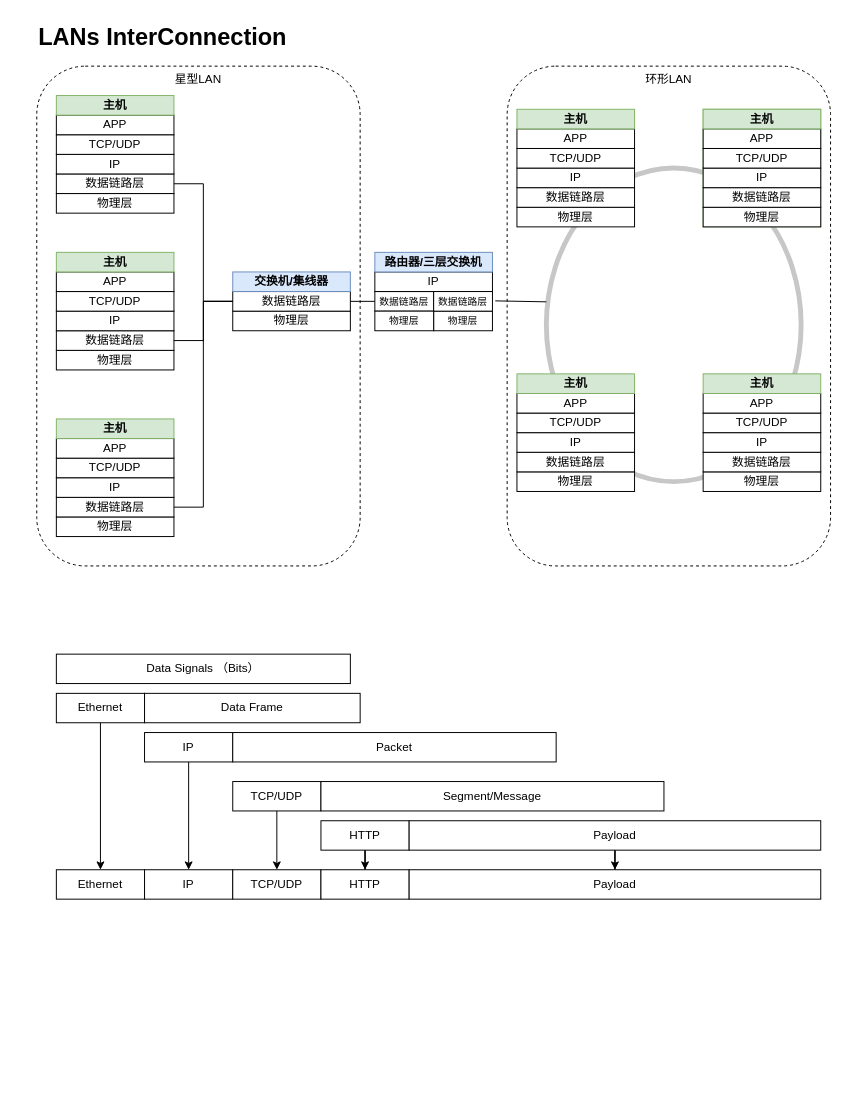
The draw.io diagram BankNetwork.drawio in anorqiu9/drawio, before the edit. Source tidied: cells renumbered, new cells numbered last; positions are measured from the earlier drawing's top-left corner, leaving out a move shared by most shapes. Both pictures are drawn from the tidied source at 98%, with x=0, y=0 at pixel (36, 17).
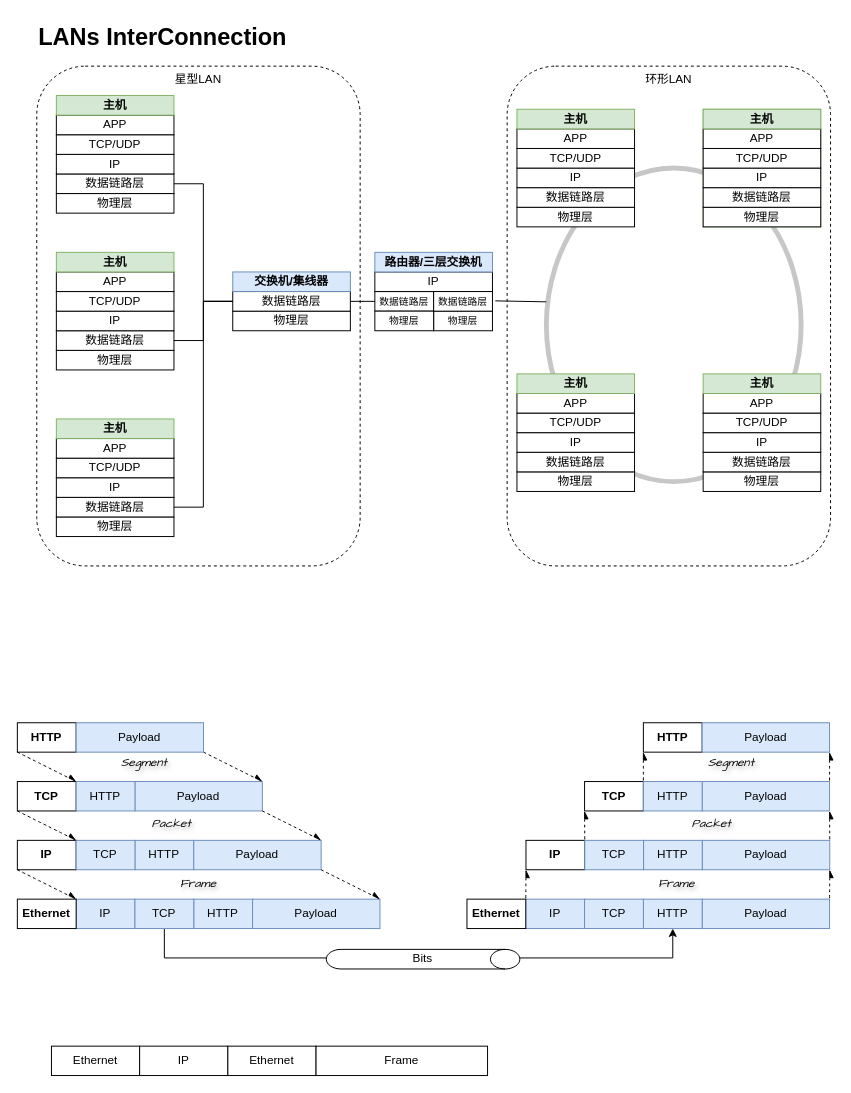
Above is the later version.

The edit, as a diff of the source:
```diff
@@
-    <mxCell id="68" style="edgeStyle=orthogonalEdgeStyle;rounded=0;jettySize=auto;html=1;" parent="1" edge="1" source="69" target="82">
-      <mxGeometry relative="1" as="geometry" />
-    </mxCell>
-    <mxCell id="69" value="Ethernet" style="rounded=0;whiteSpace=wrap;html=1;" parent="1" vertex="1">
-      <mxGeometry x="20" y="690" width="90" height="30" as="geometry" />
-    </mxCell>
-    <mxCell id="70" value="Data Frame" style="rounded=0;whiteSpace=wrap;html=1;" parent="1" vertex="1">
-      <mxGeometry x="110" y="690" width="220" height="30" as="geometry" />
-    </mxCell>
-    <mxCell id="71" style="edgeStyle=orthogonalEdgeStyle;rounded=0;jettySize=auto;html=1;entryX=0.5;entryY=0;entryDx=0;entryDy=0;" parent="1" edge="1" source="72" target="83">
-      <mxGeometry relative="1" as="geometry" />
-    </mxCell>
-    <mxCell id="72" value="IP" style="rounded=0;whiteSpace=wrap;html=1;" parent="1" vertex="1">
-      <mxGeometry x="110" y="730" width="90" height="30" as="geometry" />
-    </mxCell>
-    <mxCell id="73" value="Packet" style="rounded=0;whiteSpace=wrap;html=1;" parent="1" vertex="1">
-      <mxGeometry x="200" y="730" width="330" height="30" as="geometry" />
-    </mxCell>
-    <mxCell id="74" value="Data Signals （Bits）" style="rounded=0;whiteSpace=wrap;html=1;" parent="1" vertex="1">
-      <mxGeometry x="20" y="650" width="300" height="30" as="geometry" />
-    </mxCell>
-    <mxCell id="75" style="edgeStyle=orthogonalEdgeStyle;rounded=0;jettySize=auto;html=1;entryX=0.5;entryY=0;entryDx=0;entryDy=0;" parent="1" edge="1" source="76" target="84">
-      <mxGeometry relative="1" as="geometry" />
-    </mxCell>
-    <mxCell id="76" value="TCP/UDP" style="rounded=0;whiteSpace=wrap;html=1;" parent="1" vertex="1">
-      <mxGeometry x="200" y="780" width="90" height="30" as="geometry" />
-    </mxCell>
-    <mxCell id="77" value="Segment/Message" style="rounded=0;whiteSpace=wrap;html=1;" parent="1" vertex="1">
-      <mxGeometry x="290" y="780" width="350" height="30" as="geometry" />
-    </mxCell>
-    <mxCell id="78" style="edgeStyle=orthogonalEdgeStyle;rounded=0;jettySize=auto;html=1;" parent="1" edge="1" source="79" target="85">
-      <mxGeometry relative="1" as="geometry" />
-    </mxCell>
-    <mxCell id="79" value="HTTP" style="rounded=0;whiteSpace=wrap;html=1;" parent="1" vertex="1">
-      <mxGeometry x="290" y="820" width="90" height="30" as="geometry" />
+    <mxCell id="79" value="TCP" style="rounded=0;whiteSpace=wrap;html=1;fontStyle=1;" parent="1" vertex="1">
+      <mxGeometry x="-19.8" y="780" width="60" height="30" as="geometry" />
     </mxCell>
-    <mxCell id="80" style="edgeStyle=orthogonalEdgeStyle;rounded=0;jettySize=auto;html=1;" parent="1" edge="1" source="81" target="86">
-      <mxGeometry relative="1" as="geometry" />
-    </mxCell>
-    <mxCell id="81" value="Payload" style="rounded=0;whiteSpace=wrap;html=1;" parent="1" vertex="1">
-      <mxGeometry x="380" y="820" width="420" height="30" as="geometry" />
+    <mxCell id="81" value="Payload" style="rounded=0;whiteSpace=wrap;html=1;fillColor=#dae8fc;strokeColor=#6c8ebf;" parent="1" vertex="1">
+      <mxGeometry x="100.2" y="780" width="130" height="30" as="geometry" />
     </mxCell>
     <mxCell id="82" value="Ethernet" style="rounded=0;whiteSpace=wrap;html=1;" parent="1" vertex="1">
-      <mxGeometry x="20" y="870" width="90" height="30" as="geometry" />
+      <mxGeometry x="15" y="1050" width="90" height="30" as="geometry" />
     </mxCell>
     <mxCell id="83" value="IP" style="rounded=0;whiteSpace=wrap;html=1;" parent="1" vertex="1">
-      <mxGeometry x="110" y="870" width="90" height="30" as="geometry" />
+      <mxGeometry x="105" y="1050" width="90" height="30" as="geometry" />
     </mxCell>
-    <mxCell id="84" value="TCP/UDP" style="rounded=0;whiteSpace=wrap;html=1;" parent="1" vertex="1">
-      <mxGeometry x="200" y="870" width="90" height="30" as="geometry" />
+    <mxCell id="84" value="Ethernet" style="rounded=0;whiteSpace=wrap;html=1;" parent="1" vertex="1">
+      <mxGeometry x="195" y="1050" width="90" height="30" as="geometry" />
     </mxCell>
-    <mxCell id="85" value="HTTP" style="rounded=0;whiteSpace=wrap;html=1;" parent="1" vertex="1">
-      <mxGeometry x="290" y="870" width="90" height="30" as="geometry" />
-    </mxCell>
-    <mxCell id="86" value="Payload" style="rounded=0;whiteSpace=wrap;html=1;" parent="1" vertex="1">
-      <mxGeometry x="380" y="870" width="420" height="30" as="geometry" />
-    </mxCell>
+    <mxCell id="87" value="HTTP" style="rounded=0;whiteSpace=wrap;html=1;fillColor=#dae8fc;strokeColor=#6c8ebf;" parent="1" vertex="1">
+      <mxGeometry x="100.2" y="840" width="60" height="30" as="geometry" />
+    </mxCell>
+    <mxCell id="88" value="Payload" style="rounded=0;whiteSpace=wrap;html=1;fillColor=#dae8fc;strokeColor=#6c8ebf;" parent="1" vertex="1">
+      <mxGeometry x="160.2" y="840" width="130" height="30" as="geometry" />
+    </mxCell>
+    <mxCell id="89" value="IP" style="rounded=0;whiteSpace=wrap;html=1;fontStyle=1;" parent="1" vertex="1">
+      <mxGeometry x="-19.8" y="840" width="60" height="30" as="geometry" />
+    </mxCell>
+    <mxCell id="90" value="Payload" style="rounded=0;whiteSpace=wrap;html=1;fillColor=#dae8fc;strokeColor=#6c8ebf;" parent="1" vertex="1">
+      <mxGeometry x="220.2" y="900" width="130" height="30" as="geometry" />
+    </mxCell>
+    <mxCell id="91" value="IP" style="rounded=0;whiteSpace=wrap;html=1;fillColor=#dae8fc;strokeColor=#6c8ebf;" parent="1" vertex="1">
+      <mxGeometry x="40.2" y="900" width="60" height="30" as="geometry" />
+    </mxCell>
+    <mxCell id="92" value="Ethernet" style="rounded=0;whiteSpace=wrap;html=1;fontStyle=1;" parent="1" vertex="1">
+      <mxGeometry x="-19.8" y="900" width="60" height="30" as="geometry" />
+    </mxCell>
+    <mxCell id="93" style="endArrow=async;html=1;rounded=0;exitX=0;exitY=1;exitDx=0;exitDy=0;entryX=1;entryY=0;entryDx=0;entryDy=0;endFill=1;dashed=1;curved=1;" parent="1" edge="1" target="81">
+      <mxGeometry relative="1" as="geometry">
+        <mxPoint x="170.2" y="750" as="sourcePoint" />
+      </mxGeometry>
+    </mxCell>
+    <mxCell id="94" value="Frame" style="rounded=0;whiteSpace=wrap;html=1;" parent="1" vertex="1">
+      <mxGeometry x="285" y="1050" width="175" height="30" as="geometry" />
+    </mxCell>
+    <mxCell id="95" value="HTTP" style="rounded=0;whiteSpace=wrap;html=1;fontStyle=1;" parent="1" vertex="1">
+      <mxGeometry x="-19.8" y="720" width="60" height="30" as="geometry" />
+    </mxCell>
+    <mxCell id="96" value="Payload" style="rounded=0;whiteSpace=wrap;html=1;fillColor=#dae8fc;strokeColor=#6c8ebf;" parent="1" vertex="1">
+      <mxGeometry x="40.2" y="720" width="130" height="30" as="geometry" />
+    </mxCell>
+    <mxCell id="97" style="endArrow=async;html=1;rounded=0;exitX=0;exitY=1;exitDx=0;exitDy=0;entryX=0;entryY=0;entryDx=0;entryDy=0;endFill=1;dashed=1;curved=1;" parent="1" edge="1" target="99">
+      <mxGeometry relative="1" as="geometry">
+        <mxPoint x="-19.8" y="750" as="sourcePoint" />
+      </mxGeometry>
+    </mxCell>
+    <mxCell id="98" value="TCP" style="rounded=0;whiteSpace=wrap;html=1;fillColor=#dae8fc;strokeColor=#6c8ebf;" parent="1" vertex="1">
+      <mxGeometry x="40.2" y="840" width="60" height="30" as="geometry" />
+    </mxCell>
+    <mxCell id="99" value="HTTP" style="rounded=0;whiteSpace=wrap;html=1;fillColor=#dae8fc;strokeColor=#6c8ebf;" parent="1" vertex="1">
+      <mxGeometry x="40.2" y="780" width="60" height="30" as="geometry" />
+    </mxCell>
+    <mxCell id="100" value="HTTP" style="rounded=0;whiteSpace=wrap;html=1;fillColor=#dae8fc;strokeColor=#6c8ebf;" parent="1" vertex="1">
+      <mxGeometry x="160.2" y="900" width="60" height="30" as="geometry" />
+    </mxCell>
+    <mxCell id="101" style="edgeStyle=orthogonalEdgeStyle;rounded=0;jettySize=auto;html=1;entryX=0.5;entryY=1;entryDx=0;entryDy=0;exitX=0.5;exitY=1;exitDx=0;exitDy=0;" parent="1" edge="1" source="102" target="124">
+      <mxGeometry relative="1" as="geometry">
+        <Array as="points">
+          <mxPoint x="130.2" y="960" />
+          <mxPoint x="649.2" y="960" />
+        </Array>
+      </mxGeometry>
+    </mxCell>
+    <mxCell id="102" value="TCP" style="rounded=0;whiteSpace=wrap;html=1;fillColor=#dae8fc;strokeColor=#6c8ebf;" parent="1" vertex="1">
+      <mxGeometry x="100.2" y="900" width="60" height="30" as="geometry" />
+    </mxCell>
+    <mxCell id="103" style="endArrow=async;html=1;rounded=0;exitX=0;exitY=1;exitDx=0;exitDy=0;entryX=1;entryY=0;entryDx=0;entryDy=0;endFill=1;dashed=1;curved=1;" parent="1" edge="1">
+      <mxGeometry relative="1" as="geometry">
+        <mxPoint x="230.2" y="810" as="sourcePoint" />
+        <mxPoint x="290.2" y="840" as="targetPoint" />
+      </mxGeometry>
+    </mxCell>
+    <mxCell id="104" style="endArrow=async;html=1;rounded=0;exitX=0;exitY=1;exitDx=0;exitDy=0;entryX=0;entryY=0;entryDx=0;entryDy=0;endFill=1;dashed=1;curved=1;" parent="1" edge="1">
+      <mxGeometry relative="1" as="geometry">
+        <mxPoint x="-19.8" y="810" as="sourcePoint" />
+        <mxPoint x="40.2" y="840" as="targetPoint" />
+      </mxGeometry>
+    </mxCell>
+    <mxCell id="105" style="endArrow=async;html=1;rounded=0;exitX=0;exitY=1;exitDx=0;exitDy=0;entryX=1;entryY=0;entryDx=0;entryDy=0;endFill=1;dashed=1;curved=1;" parent="1" edge="1">
+      <mxGeometry relative="1" as="geometry">
+        <mxPoint x="290.2" y="870" as="sourcePoint" />
+        <mxPoint x="350.2" y="900" as="targetPoint" />
+      </mxGeometry>
+    </mxCell>
+    <mxCell id="106" style="endArrow=async;html=1;rounded=0;exitX=0;exitY=1;exitDx=0;exitDy=0;entryX=0;entryY=0;entryDx=0;entryDy=0;endFill=1;dashed=1;curved=1;" parent="1" edge="1">
+      <mxGeometry relative="1" as="geometry">
+        <mxPoint x="-19.8" y="870" as="sourcePoint" />
+        <mxPoint x="40.2" y="900" as="targetPoint" />
+      </mxGeometry>
+    </mxCell>
+    <mxCell id="107" value="Segment" style="text;html=1;align=center;verticalAlign=middle;whiteSpace=wrap;rounded=0;shadow=0;textShadow=1;horizontal=1;fontStyle=2;fontFamily=Comic Sans MS;" parent="1" vertex="1">
+      <mxGeometry x="80.2" y="752" width="60" height="20" as="geometry" />
+    </mxCell>
+    <mxCell id="108" value="Packet" style="text;html=1;align=center;verticalAlign=middle;whiteSpace=wrap;rounded=0;shadow=0;textShadow=1;horizontal=1;fontStyle=2;fontFamily=Comic Sans MS;" parent="1" vertex="1">
+      <mxGeometry x="108.2" y="814" width="60" height="20" as="geometry" />
+    </mxCell>
+    <mxCell id="109" value="Frame" style="text;html=1;align=center;verticalAlign=middle;whiteSpace=wrap;rounded=0;shadow=0;textShadow=1;horizontal=1;fontStyle=2;fontFamily=Comic Sans MS;" parent="1" vertex="1">
+      <mxGeometry x="135.2" y="875" width="60" height="20" as="geometry" />
+    </mxCell>
+    <mxCell id="110" value="TCP" style="rounded=0;whiteSpace=wrap;html=1;fontStyle=1;" parent="1" vertex="1">
+      <mxGeometry x="559" y="780" width="60" height="30" as="geometry" />
+    </mxCell>
+    <mxCell id="111" value="Payload" style="rounded=0;whiteSpace=wrap;html=1;fillColor=#dae8fc;strokeColor=#6c8ebf;" parent="1" vertex="1">
+      <mxGeometry x="679" y="780" width="130" height="30" as="geometry" />
+    </mxCell>
+    <mxCell id="112" value="HTTP" style="rounded=0;whiteSpace=wrap;html=1;fillColor=#dae8fc;strokeColor=#6c8ebf;" parent="1" vertex="1">
+      <mxGeometry x="619.2" y="840" width="60" height="30" as="geometry" />
+    </mxCell>
+    <mxCell id="113" value="Payload" style="rounded=0;whiteSpace=wrap;html=1;fillColor=#dae8fc;strokeColor=#6c8ebf;" parent="1" vertex="1">
+      <mxGeometry x="679.2" y="840" width="130" height="30" as="geometry" />
+    </mxCell>
+    <mxCell id="114" value="IP" style="rounded=0;whiteSpace=wrap;html=1;fontStyle=1;" parent="1" vertex="1">
+      <mxGeometry x="499.2" y="840" width="60" height="30" as="geometry" />
+    </mxCell>
+    <mxCell id="115" value="Payload" style="rounded=0;whiteSpace=wrap;html=1;fillColor=#dae8fc;strokeColor=#6c8ebf;" parent="1" vertex="1">
+      <mxGeometry x="679" y="900" width="130" height="30" as="geometry" />
+    </mxCell>
+    <mxCell id="116" value="IP" style="rounded=0;whiteSpace=wrap;html=1;fillColor=#dae8fc;strokeColor=#6c8ebf;" parent="1" vertex="1">
+      <mxGeometry x="499" y="900" width="60" height="30" as="geometry" />
+    </mxCell>
+    <mxCell id="117" value="Ethernet" style="rounded=0;whiteSpace=wrap;html=1;fontStyle=1;" parent="1" vertex="1">
+      <mxGeometry x="439" y="900" width="60" height="30" as="geometry" />
+    </mxCell>
+    <mxCell id="118" style="endArrow=none;html=1;rounded=0;exitX=1;exitY=1;exitDx=0;exitDy=0;entryX=1;entryY=0;entryDx=0;entryDy=0;endFill=0;dashed=1;curved=1;startArrow=async;startFill=1;" parent="1" edge="1" source="120" target="111">
+      <mxGeometry relative="1" as="geometry" />
+    </mxCell>
+    <mxCell id="119" value="HTTP" style="rounded=0;whiteSpace=wrap;html=1;fontStyle=1;" parent="1" vertex="1">
+      <mxGeometry x="619" y="720" width="60" height="30" as="geometry" />
+    </mxCell>
+    <mxCell id="120" value="Payload" style="rounded=0;whiteSpace=wrap;html=1;fillColor=#dae8fc;strokeColor=#6c8ebf;" parent="1" vertex="1">
+      <mxGeometry x="679" y="720" width="130" height="30" as="geometry" />
+    </mxCell>
+    <mxCell id="121" style="endArrow=none;html=1;rounded=0;entryX=0;entryY=0;entryDx=0;entryDy=0;endFill=0;dashed=1;curved=1;startArrow=async;startFill=1;exitX=0;exitY=1;exitDx=0;exitDy=0;" parent="1" edge="1" source="119" target="123">
+      <mxGeometry relative="1" as="geometry" />
+    </mxCell>
+    <mxCell id="122" value="TCP" style="rounded=0;whiteSpace=wrap;html=1;fillColor=#dae8fc;strokeColor=#6c8ebf;" parent="1" vertex="1">
+      <mxGeometry x="559.2" y="840" width="60" height="30" as="geometry" />
+    </mxCell>
+    <mxCell id="123" value="HTTP" style="rounded=0;whiteSpace=wrap;html=1;fillColor=#dae8fc;strokeColor=#6c8ebf;" parent="1" vertex="1">
+      <mxGeometry x="619" y="780" width="60" height="30" as="geometry" />
+    </mxCell>
+    <mxCell id="124" value="HTTP" style="rounded=0;whiteSpace=wrap;html=1;fillColor=#dae8fc;strokeColor=#6c8ebf;" parent="1" vertex="1">
+      <mxGeometry x="619" y="900" width="60" height="30" as="geometry" />
+    </mxCell>
+    <mxCell id="125" value="TCP" style="rounded=0;whiteSpace=wrap;html=1;fillColor=#dae8fc;strokeColor=#6c8ebf;" parent="1" vertex="1">
+      <mxGeometry x="559" y="900" width="60" height="30" as="geometry" />
+    </mxCell>
+    <mxCell id="126" style="endArrow=none;html=1;rounded=0;exitX=1;exitY=1;exitDx=0;exitDy=0;entryX=1;entryY=0;entryDx=0;entryDy=0;endFill=0;dashed=1;curved=1;startArrow=async;startFill=1;" parent="1" edge="1" source="111" target="113">
+      <mxGeometry relative="1" as="geometry" />
+    </mxCell>
+    <mxCell id="127" style="endArrow=none;html=1;rounded=0;exitX=0;exitY=1;exitDx=0;exitDy=0;entryX=0;entryY=0;entryDx=0;entryDy=0;endFill=0;dashed=1;curved=1;startArrow=async;startFill=1;" parent="1" edge="1" source="110" target="122">
+      <mxGeometry relative="1" as="geometry" />
+    </mxCell>
+    <mxCell id="128" style="endArrow=none;html=1;rounded=0;entryX=1;entryY=0;entryDx=0;entryDy=0;endFill=0;dashed=1;curved=1;startArrow=async;startFill=1;exitX=1;exitY=1;exitDx=0;exitDy=0;" parent="1" edge="1" source="113">
+      <mxGeometry relative="1" as="geometry">
+        <mxPoint x="809" y="900" as="targetPoint" />
+      </mxGeometry>
+    </mxCell>
+    <mxCell id="129" style="endArrow=none;html=1;rounded=0;entryX=0;entryY=0;entryDx=0;entryDy=0;endFill=0;dashed=1;curved=1;startArrow=async;startFill=1;" parent="1" edge="1">
+      <mxGeometry relative="1" as="geometry">
+        <mxPoint x="499.2" y="870" as="sourcePoint" />
+        <mxPoint x="499" y="900" as="targetPoint" />
+      </mxGeometry>
+    </mxCell>
+    <mxCell id="130" value="Segment" style="text;html=1;align=center;verticalAlign=middle;whiteSpace=wrap;rounded=0;shadow=0;textShadow=1;horizontal=1;fontStyle=2;fontFamily=Comic Sans MS;" parent="1" vertex="1">
+      <mxGeometry x="679" y="752" width="60" height="20" as="geometry" />
+    </mxCell>
+    <mxCell id="131" value="Packet" style="text;html=1;align=center;verticalAlign=middle;whiteSpace=wrap;rounded=0;shadow=0;textShadow=1;horizontal=1;fontStyle=2;fontFamily=Comic Sans MS;" parent="1" vertex="1">
+      <mxGeometry x="659.2" y="814" width="60" height="20" as="geometry" />
+    </mxCell>
+    <mxCell id="132" value="Frame" style="text;html=1;align=center;verticalAlign=middle;whiteSpace=wrap;rounded=0;shadow=0;textShadow=1;horizontal=1;fontStyle=2;fontFamily=Comic Sans MS;" parent="1" vertex="1">
+      <mxGeometry x="623" y="875" width="60" height="20" as="geometry" />
+    </mxCell>
+    <mxCell id="133" style="shape=cylinder3;whiteSpace=wrap;html=1;boundedLbl=1;backgroundOutline=1;size=15;rotation=90;" parent="1" vertex="1">
+      <mxGeometry x="384.2" y="862.5" width="20" height="197.5" as="geometry" />
+    </mxCell>
+    <mxCell id="134" value="Bits" style="text;html=1;align=center;verticalAlign=middle;whiteSpace=wrap;rounded=0;" parent="1" vertex="1">
+      <mxGeometry x="364.2" y="956.2" width="60" height="10" as="geometry" />
+    </mxCell>
```
